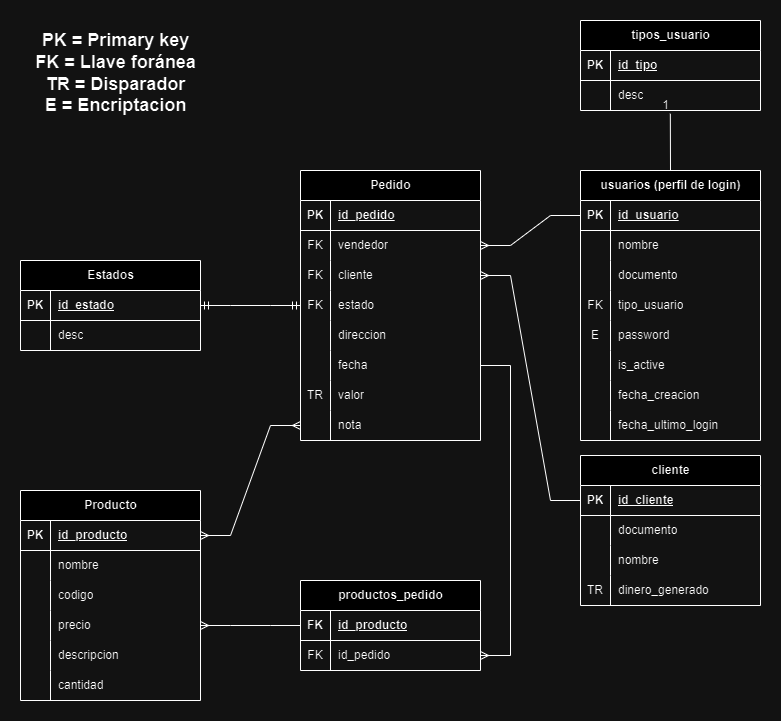
This is extras/uml_initial.png from DavidMojica/ducaplast-ecommerce, a draw.io export, as it was before one commit. Source tidied: cells renumbered, new cells last; positions are measured from the earlier drawing's top-left corner, leaving out a move shared by most shapes.
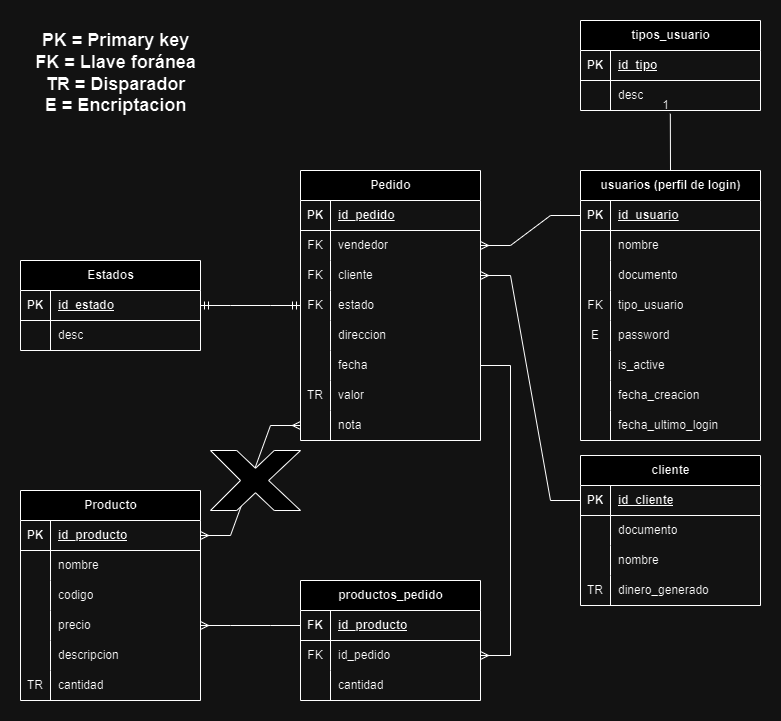
Above is the later version.

Commit message:
UML updapted

What changed in the source:
```diff
@@ -245,14 +245,14 @@
     <mxCell id="82" style="shape=tableRow;horizontal=0;startSize=0;swimlaneHead=0;swimlaneBody=0;fillColor=none;top=0;left=0;right=0;bottom=0;" parent="66" vertex="1">
       <mxGeometry y="180" width="180" height="30" as="geometry" />
     </mxCell>
-    <mxCell id="83" style="shape=partialRectangle;fillColor=none;top=0;left=0;bottom=0;right=0;overflow=hidden;whiteSpace=wrap;html=1;" parent="82" vertex="1">
+    <mxCell id="83" value="TR" style="shape=partialRectangle;fillColor=none;top=0;left=0;bottom=0;right=0;overflow=hidden;whiteSpace=wrap;html=1;" parent="82" vertex="1">
       <mxGeometry width="30" height="30" as="geometry" />
     </mxCell>
     <mxCell id="84" value="cantidad" style="shape=partialRectangle;fillColor=none;top=0;left=0;bottom=0;right=0;align=left;spacingLeft=6;overflow=hidden;whiteSpace=wrap;html=1;" parent="82" vertex="1">
       <mxGeometry x="30" width="150" height="30" as="geometry" />
     </mxCell>
     <mxCell id="85" value="productos_pedido" style="shape=table;startSize=30;rowLines=0;fontStyle=1;align=center;html=1;" parent="1" vertex="1">
-      <mxGeometry x="280" y="560" width="180" height="90" as="geometry" />
+      <mxGeometry x="280" y="560" width="180" height="120" as="geometry" />
     </mxCell>
     <mxCell id="86" style="shape=tableRow;horizontal=0;startSize=0;swimlaneHead=0;swimlaneBody=0;fillColor=none;points=[[0,0.5],[1,0.5]];portConstraint=eastwest;top=0;left=0;right=0;bottom=1;" parent="85" vertex="1">
       <mxGeometry y="30" width="180" height="30" as="geometry" />
@@ -272,6 +272,15 @@
     <mxCell id="91" value="id_pedido" style="shape=partialRectangle;fillColor=none;top=0;left=0;bottom=0;right=0;align=left;spacingLeft=6;overflow=hidden;whiteSpace=wrap;html=1;" parent="89" vertex="1">
       <mxGeometry x="30" width="150" height="30" as="geometry" />
     </mxCell>
+    <mxCell id="114" style="shape=tableRow;horizontal=0;startSize=0;swimlaneHead=0;swimlaneBody=0;fillColor=none;top=0;left=0;right=0;bottom=0;" parent="85" vertex="1">
+      <mxGeometry y="90" width="180" height="30" as="geometry" />
+    </mxCell>
+    <mxCell id="115" style="shape=partialRectangle;fillColor=none;top=0;left=0;bottom=0;right=0;overflow=hidden;whiteSpace=wrap;html=1;" parent="114" vertex="1">
+      <mxGeometry width="30" height="30" as="geometry" />
+    </mxCell>
+    <mxCell id="116" value="cantidad" style="shape=partialRectangle;fillColor=none;top=0;left=0;bottom=0;right=0;align=left;spacingLeft=6;overflow=hidden;whiteSpace=wrap;html=1;" parent="114" vertex="1">
+      <mxGeometry x="30" width="150" height="30" as="geometry" />
+    </mxCell>
     <mxCell id="92" value="cliente" style="shape=table;startSize=30;rowLines=0;fontStyle=1;align=center;html=1;" parent="1" vertex="1">
       <mxGeometry x="560" y="435" width="180" height="150" as="geometry" />
     </mxCell>
@@ -343,5 +352,8 @@
     <mxCell id="113" value="&lt;font style=&quot;font-size: 18px;&quot;&gt;&lt;b&gt;PK = Primary key&lt;br&gt;FK = Llave foránea&lt;br&gt;TR = Disparador&lt;br&gt;E = Encriptacion&lt;/b&gt;&lt;/font&gt;" style="text;html=1;align=center;verticalAlign=middle;strokeColor=none;fillColor=none;" parent="1" vertex="1">
       <mxGeometry x="5" y="3" width="180" height="100" as="geometry" />
     </mxCell>
+    <mxCell id="117" style="verticalLabelPosition=bottom;verticalAlign=top;html=1;shape=mxgraph.basic.x;" parent="1" vertex="1">
+      <mxGeometry x="190" y="430" width="90" height="60" as="geometry" />
+    </mxCell>
   </root>
 </mxGraphModel>
```
